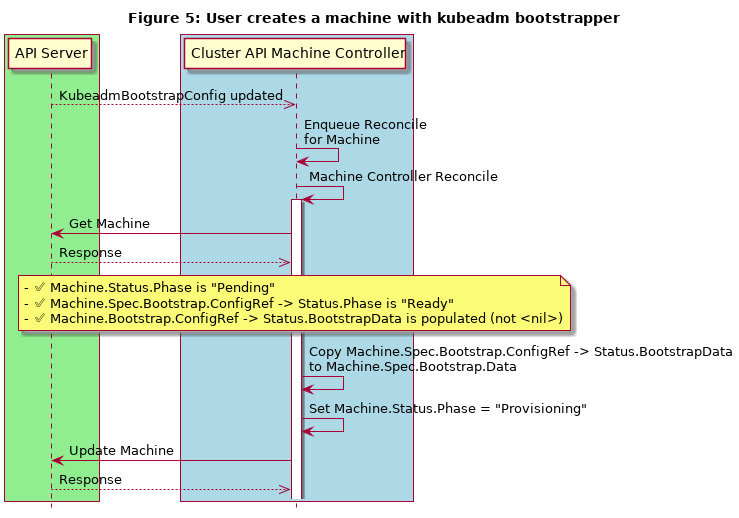
Above: docs/proposals/images/machine-states-preboot/Figure5.png in kubernetes-sigs/cluster-api (PlantUML), before the change.
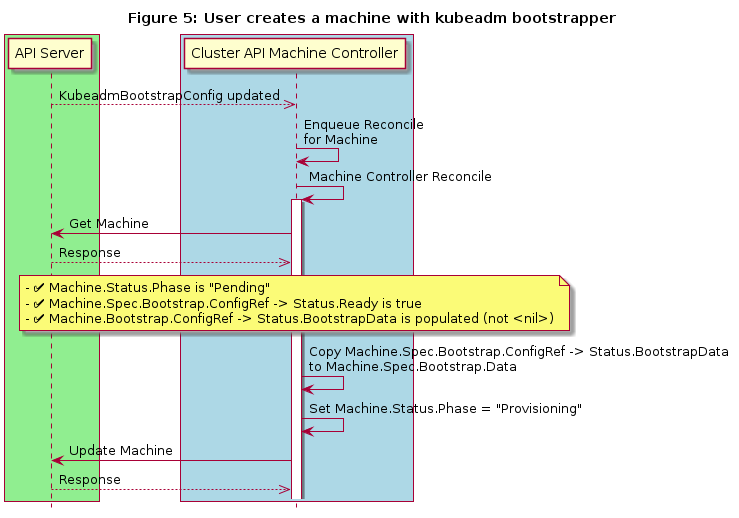
The same file after the commit.

Commit message:
Update bootstrap proposal: document Status.Ready

What changed in the source:
```diff
@@ -22,7 +22,8 @@
 "Cluster API Machine Controller"->"API Server": Get Machine
 "Cluster API Machine Controller"<<--"API Server": Response
 
-note over "Cluster API Machine Controller": - ✅ Machine.Status.Phase is "Pending" \n- ✅ Machine.Spec.Bootstrap.ConfigRef -> Status.Phase is "Ready"\n- ✅ Machine.Bootstrap.ConfigRef -> Status.BootstrapData is populated (not <nil>)
+
+note over "Cluster API Machine Controller": - ✅ Machine.Status.Phase is "Pending" \n- ✅ Machine.Spec.Bootstrap.ConfigRef -> Status.Ready is true\n- ✅ Machine.Bootstrap.ConfigRef -> Status.BootstrapData is populated (not <nil>)
 
 "Cluster API Machine Controller"-> "Cluster API Machine Controller": Copy Machine.Spec.Bootstrap.ConfigRef -> Status.BootstrapData\nto Machine.Spec.Bootstrap.Data
 
```
